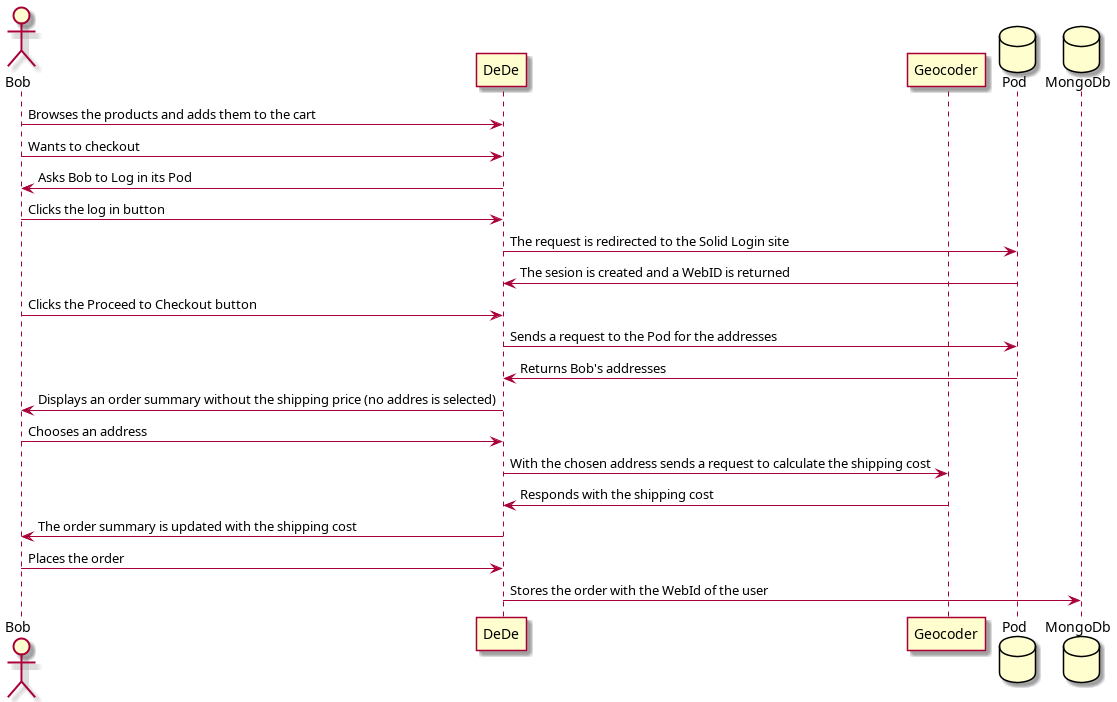
Earlier version of the PlantUML export images/bob_checkout.png (Arquisoft/dede_en1a). The source it was exported from:
```plantuml
@startuml
actor Bob
participant DeDe
participant Geocoder
database Pod
database MongoDb

Bob -> DeDe : Browses the products and adds them to the cart
Bob -> DeDe : Wants to checkout
DeDe -> Bob : Asks Bob to Log in its Pod
Bob -> DeDe : Clicks the log in button
DeDe -> Pod : The request is redirected to the Solid Login site
Pod -> DeDe : The sesion is created and a WebID is returned
Bob -> DeDe : Clicks the Proceed to Checkout button
DeDe -> Pod : Sends a request to the Pod for the addresses
Pod -> DeDe : Returns Bob's addresses
DeDe -> Bob : Displays an order summary without the shipping price (no addres is selected)
Bob -> DeDe : Chooses an address
DeDe -> Geocoder : With the chosen address sends a request to calculate the shipping cost
Geocoder -> DeDe : Responds with the shipping cost
DeDe -> Bob : The order summary is updated with the shipping cost
Bob -> DeDe : Places the order
DeDe -> MongoDb : Stores the order with the WebId of the user

@enduml
```
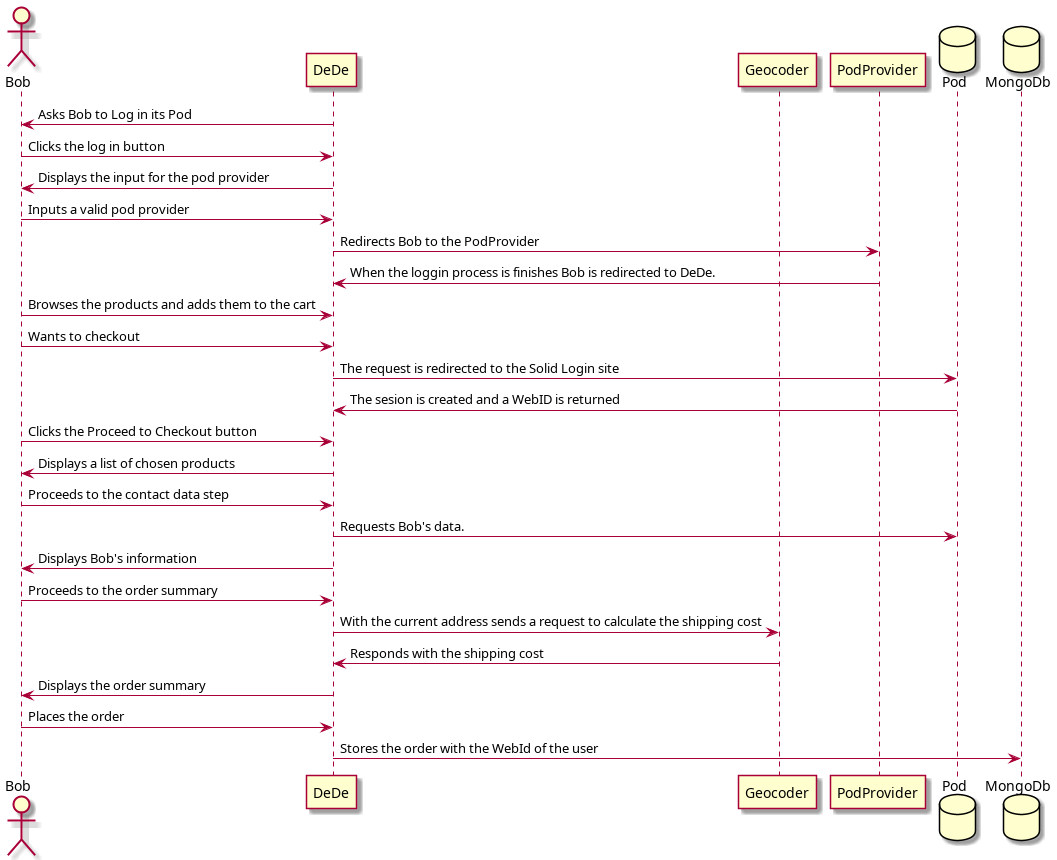
The same diagram one commit later.

Diff of the diagram source:
```diff
@@ -2,23 +2,29 @@
 actor Bob
 participant DeDe
 participant Geocoder
+participant PodProvider
 database Pod
 database MongoDb
 
+DeDe -> Bob : Asks Bob to Log in its Pod
+Bob -> DeDe : Clicks the log in button
+DeDe -> Bob : Displays the input for the pod provider
+Bob -> DeDe : Inputs a valid pod provider
+DeDe -> PodProvider : Redirects Bob to the PodProvider
+PodProvider -> DeDe : When the loggin process is finishes Bob is redirected to DeDe.
 Bob -> DeDe : Browses the products and adds them to the cart
 Bob -> DeDe : Wants to checkout
-DeDe -> Bob : Asks Bob to Log in its Pod
-Bob -> DeDe : Clicks the log in button
 DeDe -> Pod : The request is redirected to the Solid Login site
 Pod -> DeDe : The sesion is created and a WebID is returned
 Bob -> DeDe : Clicks the Proceed to Checkout button
-DeDe -> Pod : Sends a request to the Pod for the addresses
-Pod -> DeDe : Returns Bob's addresses
-DeDe -> Bob : Displays an order summary without the shipping price (no addres is selected)
-Bob -> DeDe : Chooses an address
-DeDe -> Geocoder : With the chosen address sends a request to calculate the shipping cost
+DeDe -> Bob : Displays a list of chosen products
+Bob -> DeDe : Proceeds to the contact data step
+DeDe -> Pod : Requests Bob's data.
+DeDe -> Bob : Displays Bob's information
+Bob -> DeDe : Proceeds to the order summary
+DeDe -> Geocoder : With the current address sends a request to calculate the shipping cost
 Geocoder -> DeDe : Responds with the shipping cost
-DeDe -> Bob : The order summary is updated with the shipping cost
+DeDe -> Bob : Displays the order summary
 Bob -> DeDe : Places the order
 DeDe -> MongoDb : Stores the order with the WebId of the user
 
```
